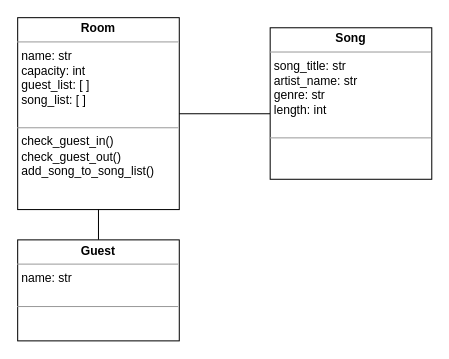
benbeardyman/week_02_weekend_HW keeps this draw.io diagram as class_diagrams/codeclan_caraoke_class_diagram.drawio. Above is the earlier version. Source tidied: cells renumbered, new cells numbered last; positions are measured from the earlier drawing's top-left corner, leaving out a move shared by most shapes. Both pictures are drawn from the tidied source at 101%, with x=0, y=0 at pixel (17, 17).
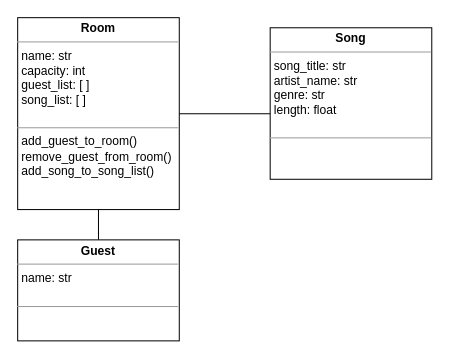
The same diagram, later.

Commit message (it also covers changes not shown here):
added guest in/out of room methods

Diff of the diagram source:
```diff
@@
 <mxGraphModel>
   <root>
     <mxCell id="0" />
     <mxCell id="1" parent="0" />
-    <mxCell id="2" value="&lt;p style=&quot;margin:0px;margin-top:4px;text-align:center;&quot;&gt;&lt;b&gt;Room&lt;/b&gt;&lt;/p&gt;&lt;hr size=&quot;1&quot;&gt;&lt;p style=&quot;margin:0px;margin-left:4px;&quot;&gt;name: str&lt;/p&gt;&lt;p style=&quot;margin:0px;margin-left:4px;&quot;&gt;capacity: int&lt;/p&gt;&lt;p style=&quot;margin:0px;margin-left:4px;&quot;&gt;guest_list: [ ]&lt;/p&gt;&lt;p style=&quot;margin:0px;margin-left:4px;&quot;&gt;song_list: [ ]&lt;/p&gt;&lt;p style=&quot;margin:0px;margin-left:4px;&quot;&gt;&lt;br&gt;&lt;/p&gt;&lt;hr size=&quot;1&quot;&gt;&lt;p style=&quot;margin:0px;margin-left:4px;&quot;&gt;check_guest_in()&lt;/p&gt;&lt;p style=&quot;margin:0px;margin-left:4px;&quot;&gt;check_guest_out()&lt;/p&gt;&lt;p style=&quot;margin:0px;margin-left:4px;&quot;&gt;add_song_to_song_list()&lt;/p&gt;" style="verticalAlign=top;align=left;overflow=fill;fontSize=12;fontFamily=Helvetica;html=1;" parent="1" vertex="1">
+    <mxCell id="2" value="&lt;p style=&quot;margin:0px;margin-top:4px;text-align:center;&quot;&gt;&lt;b&gt;Room&lt;/b&gt;&lt;/p&gt;&lt;hr size=&quot;1&quot;&gt;&lt;p style=&quot;margin:0px;margin-left:4px;&quot;&gt;name: str&lt;/p&gt;&lt;p style=&quot;margin:0px;margin-left:4px;&quot;&gt;capacity: int&lt;/p&gt;&lt;p style=&quot;margin:0px;margin-left:4px;&quot;&gt;guest_list: [ ]&lt;/p&gt;&lt;p style=&quot;margin:0px;margin-left:4px;&quot;&gt;song_list: [ ]&lt;/p&gt;&lt;p style=&quot;margin:0px;margin-left:4px;&quot;&gt;&lt;br&gt;&lt;/p&gt;&lt;hr size=&quot;1&quot;&gt;&lt;p style=&quot;margin:0px;margin-left:4px;&quot;&gt;add_guest_to_room()&lt;/p&gt;&lt;p style=&quot;margin:0px;margin-left:4px;&quot;&gt;remove_guest_from_room()&lt;/p&gt;&lt;p style=&quot;margin:0px;margin-left:4px;&quot;&gt;add_song_to_song_list()&lt;/p&gt;" style="verticalAlign=top;align=left;overflow=fill;fontSize=12;fontFamily=Helvetica;html=1;" parent="1" vertex="1">
       <mxGeometry width="160" height="190" as="geometry" />
     </mxCell>
     <mxCell id="3" style="edgeStyle=orthogonalEdgeStyle;rounded=0;jettySize=auto;html=1;endArrow=none;endFill=0;" parent="1" edge="1" source="4" target="2">
       <mxGeometry relative="1" as="geometry" />
     </mxCell>
     <mxCell id="4" value="&lt;p style=&quot;margin:0px;margin-top:4px;text-align:center;&quot;&gt;&lt;b&gt;Guest&lt;/b&gt;&lt;/p&gt;&lt;hr size=&quot;1&quot;&gt;&lt;p style=&quot;margin:0px;margin-left:4px;&quot;&gt;name: str&lt;/p&gt;&lt;p style=&quot;margin:0px;margin-left:4px;&quot;&gt;&lt;br&gt;&lt;/p&gt;&lt;hr size=&quot;1&quot;&gt;&lt;p style=&quot;margin:0px;margin-left:4px;&quot;&gt;&lt;br&gt;&lt;/p&gt;" style="verticalAlign=top;align=left;overflow=fill;fontSize=12;fontFamily=Helvetica;html=1;" parent="1" vertex="1">
       <mxGeometry y="220" width="160" height="100" as="geometry" />
     </mxCell>
     <mxCell id="5" style="rounded=0;jettySize=auto;html=1;endArrow=none;endFill=0;exitX=0;exitY=0.567;exitDx=0;exitDy=0;exitPerimeter=0;" parent="1" edge="1" source="6" target="2">
       <mxGeometry relative="1" as="geometry" />
     </mxCell>
-    <mxCell id="6" value="&lt;p style=&quot;margin:0px;margin-top:4px;text-align:center;&quot;&gt;&lt;b&gt;Song&lt;/b&gt;&lt;/p&gt;&lt;hr size=&quot;1&quot;&gt;&lt;p style=&quot;margin:0px;margin-left:4px;&quot;&gt;song_title: str&lt;/p&gt;&lt;p style=&quot;margin:0px;margin-left:4px;&quot;&gt;artist_name: str&lt;/p&gt;&lt;p style=&quot;margin:0px;margin-left:4px;&quot;&gt;genre: str&lt;/p&gt;&lt;p style=&quot;margin:0px;margin-left:4px;&quot;&gt;length: int&lt;/p&gt;&lt;p style=&quot;margin:0px;margin-left:4px;&quot;&gt;&lt;br&gt;&lt;/p&gt;&lt;hr size=&quot;1&quot;&gt;&lt;p style=&quot;margin:0px;margin-left:4px;&quot;&gt;&lt;br&gt;&lt;/p&gt;" style="verticalAlign=top;align=left;overflow=fill;fontSize=12;fontFamily=Helvetica;html=1;" parent="1" vertex="1">
+    <mxCell id="6" value="&lt;p style=&quot;margin:0px;margin-top:4px;text-align:center;&quot;&gt;&lt;b&gt;Song&lt;/b&gt;&lt;/p&gt;&lt;hr size=&quot;1&quot;&gt;&lt;p style=&quot;margin:0px;margin-left:4px;&quot;&gt;song_title: str&lt;/p&gt;&lt;p style=&quot;margin:0px;margin-left:4px;&quot;&gt;artist_name: str&lt;/p&gt;&lt;p style=&quot;margin:0px;margin-left:4px;&quot;&gt;genre: str&lt;/p&gt;&lt;p style=&quot;margin:0px;margin-left:4px;&quot;&gt;length: float&lt;/p&gt;&lt;p style=&quot;margin:0px;margin-left:4px;&quot;&gt;&lt;br&gt;&lt;/p&gt;&lt;hr size=&quot;1&quot;&gt;&lt;p style=&quot;margin:0px;margin-left:4px;&quot;&gt;&lt;br&gt;&lt;/p&gt;" style="verticalAlign=top;align=left;overflow=fill;fontSize=12;fontFamily=Helvetica;html=1;" parent="1" vertex="1">
       <mxGeometry x="250" y="10" width="160" height="150" as="geometry" />
     </mxCell>
   </root>
 </mxGraphModel>
```
